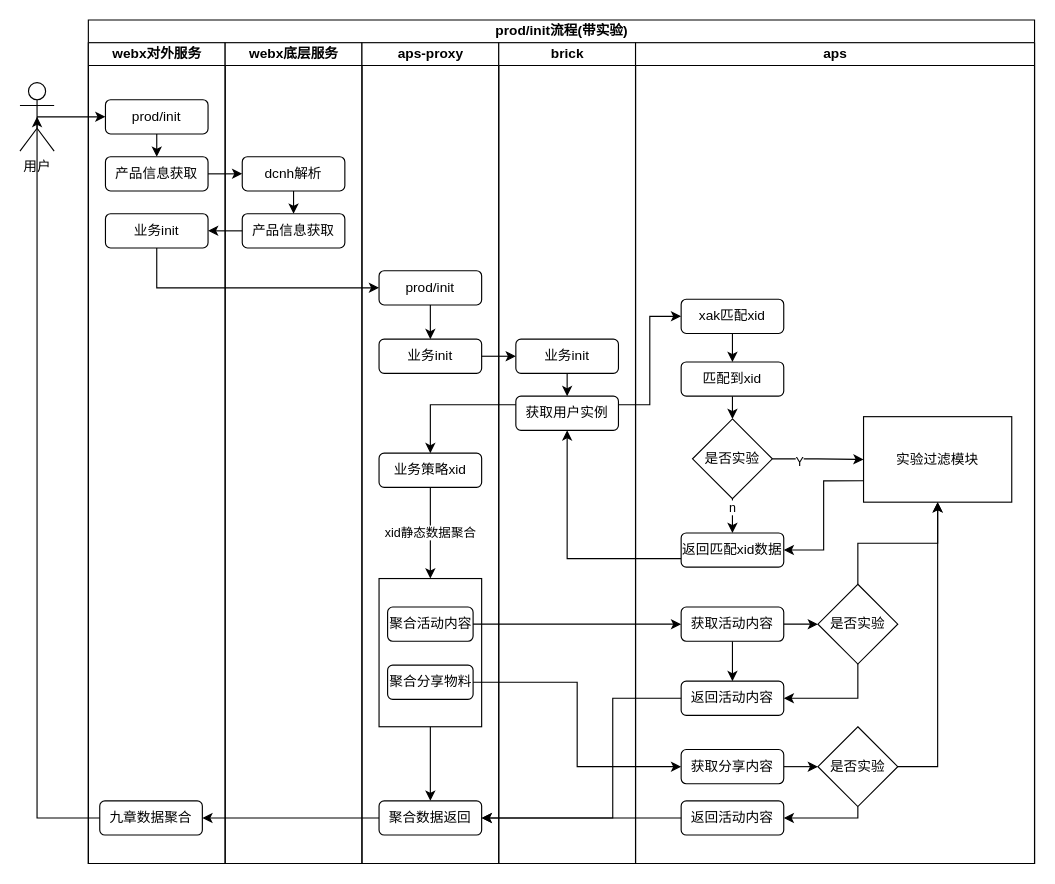
This is page "lego_brick" (7 of 8) of aps.drawio from songshiyun/drawio, a draw.io file, before an edit. Source tidied: cells renumbered, new cells numbered last; positions are measured from the earlier drawing's top-left corner, leaving out a move shared by most shapes. Both pictures are drawn from the tidied source at 114%, with x=0, y=0 at pixel (19, 19).
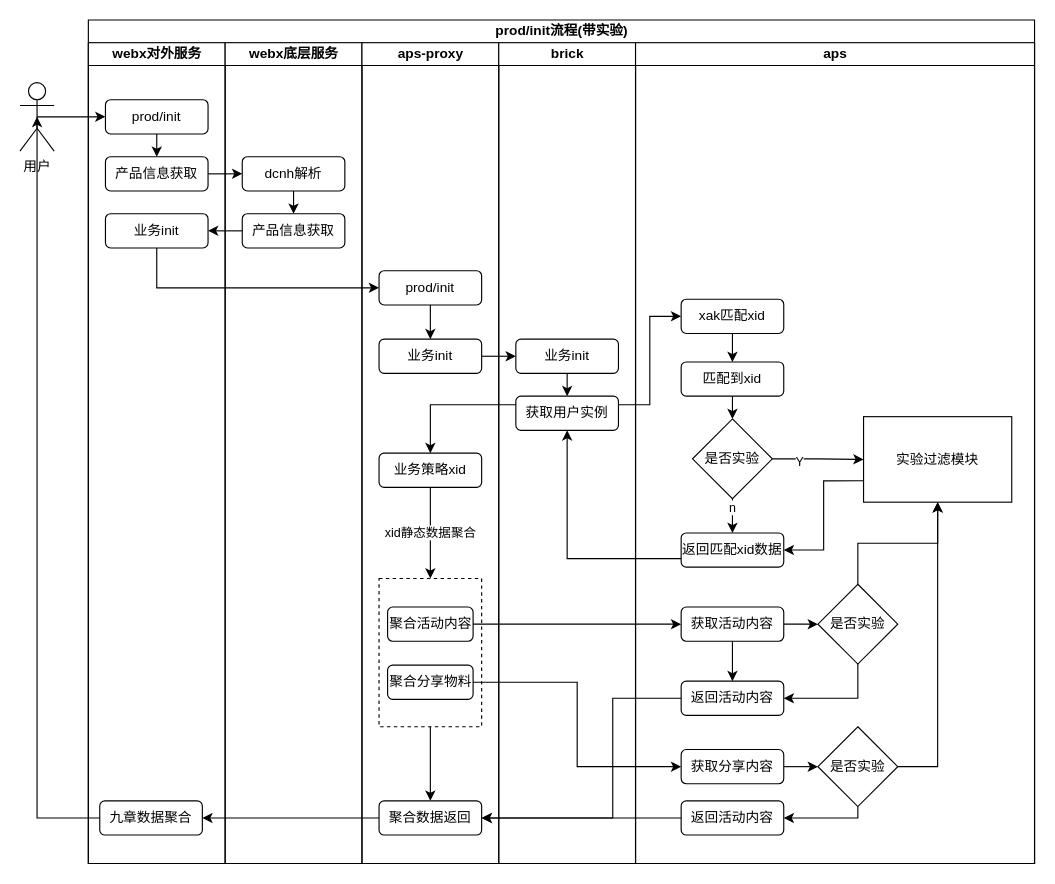
Above is the later version.

The change refers to these unchanged cells:
```xml
<mxCell id="13" value="aps-proxy" style="swimlane;startSize=20;html=1;" parent="2" vertex="1">
  <mxGeometry x="240" y="20" width="120" height="720" as="geometry" />
</mxCell>
```

Diff of the diagram source:
```diff
@@
-    <mxCell id="20" style="rounded=0;whiteSpace=wrap;html=1;" parent="13" vertex="1">
+    <mxCell id="20" style="rounded=0;whiteSpace=wrap;html=1;dashed=1;" parent="13" vertex="1">
       <mxGeometry x="15" y="470" width="90" height="130" as="geometry" />
     </mxCell>
```
